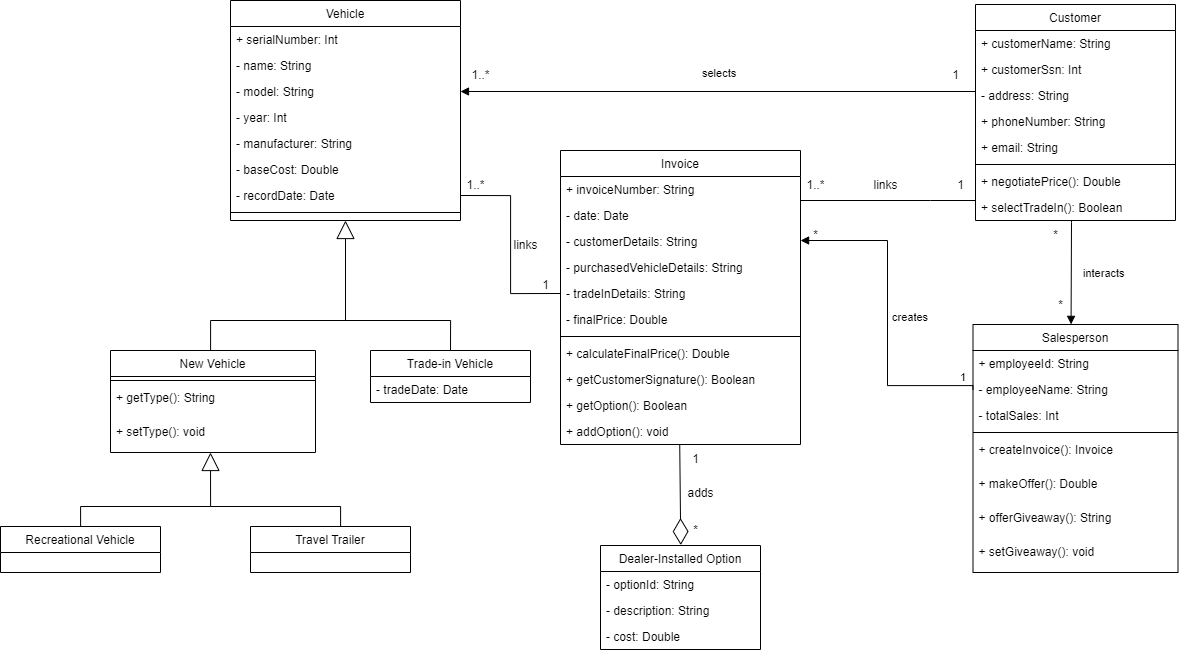
This is holiday_travel_vehicles.drawio.png from LarryChenCode/IS7020_diagrams, a draw.io export, as it was before one commit. Source tidied: cells renumbered, new cells last; positions are measured from the earlier drawing's top-left corner, leaving out a move shared by most shapes.
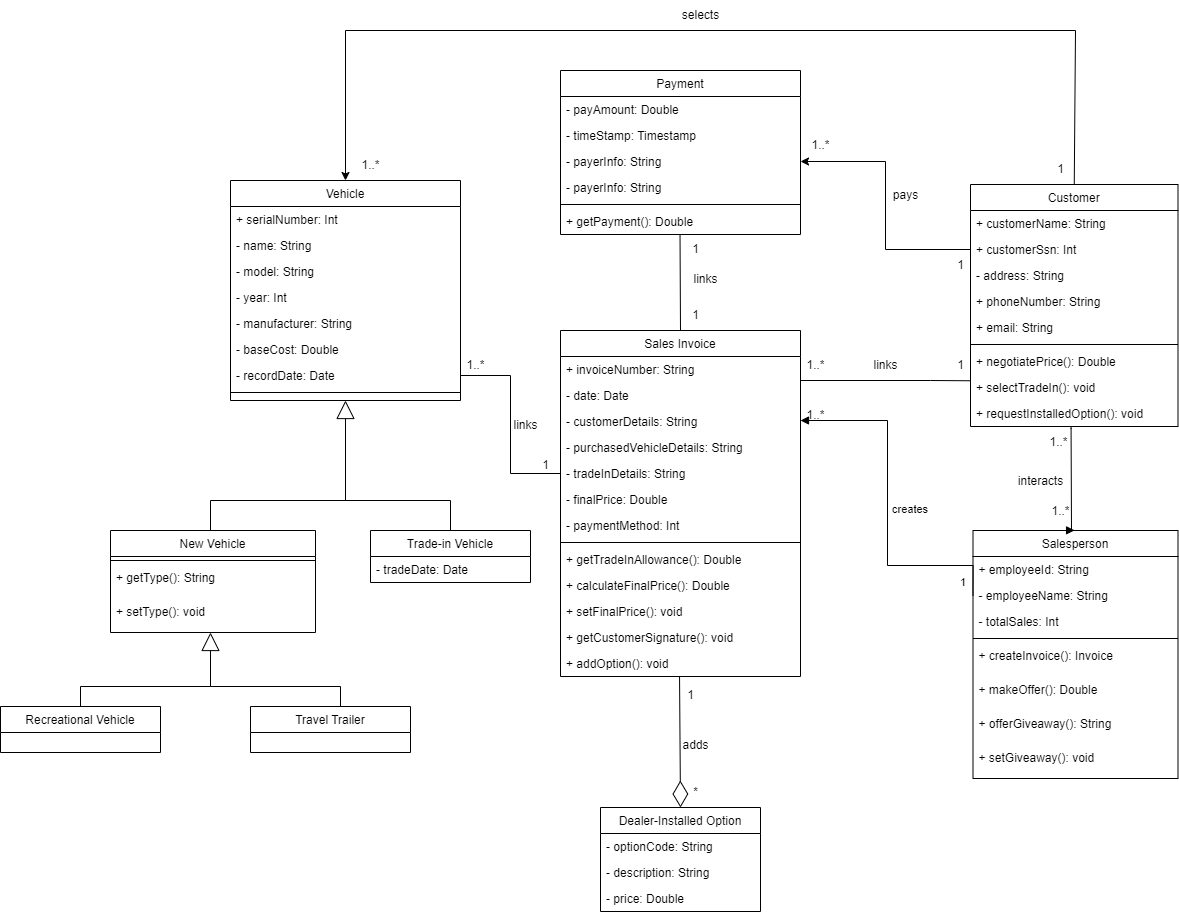
After the commit.

Change to the diagram source:
```diff
@@ -30,7 +30,7 @@
       <mxGeometry y="208" width="230" height="8" as="geometry" />
     </mxCell>
     <mxCell id="11" value="Salesperson" style="swimlane;fontStyle=0;align=center;verticalAlign=top;horizontal=1;startSize=26;rounded=0;shadow=0;strokeWidth=1;" parent="1" vertex="1">
-      <mxGeometry x="972.5" y="324" width="205" height="248" as="geometry" />
+      <mxGeometry x="972.5" y="350" width="205" height="248" as="geometry" />
     </mxCell>
     <mxCell id="12" value="+ employeeId: String" style="text;align=left;verticalAlign=top;spacingLeft=4;spacingRight=4;overflow=hidden;" parent="11" vertex="1">
       <mxGeometry y="26" width="205" height="26" as="geometry" />
@@ -56,8 +56,8 @@
     <mxCell id="19" value="+ setGiveaway(): void" style="text;align=left;verticalAlign=top;spacingLeft=4;spacingRight=4;overflow=hidden;fontStyle=0;" parent="11" vertex="1">
       <mxGeometry y="214" width="205" height="34" as="geometry" />
     </mxCell>
-    <mxCell id="20" value="Invoice" style="swimlane;fontStyle=0;align=center;verticalAlign=top;horizontal=1;startSize=26;rounded=0;shadow=0;strokeWidth=1;" parent="1" vertex="1">
-      <mxGeometry x="560" y="150" width="240" height="294" as="geometry" />
+    <mxCell id="20" value="Sales Invoice" style="swimlane;fontStyle=0;align=center;verticalAlign=top;horizontal=1;startSize=26;rounded=0;shadow=0;strokeWidth=1;" parent="1" vertex="1">
+      <mxGeometry x="560" y="150" width="240" height="346" as="geometry" />
     </mxCell>
     <mxCell id="21" value="+ invoiceNumber: String" style="text;align=left;verticalAlign=top;spacingLeft=4;spacingRight=4;overflow=hidden;" parent="20" vertex="1">
       <mxGeometry y="26" width="240" height="26" as="geometry" />
@@ -77,70 +77,88 @@
     <mxCell id="26" value="- finalPrice: Double" style="text;align=left;verticalAlign=top;spacingLeft=4;spacingRight=4;overflow=hidden;" parent="20" vertex="1">
       <mxGeometry y="156" width="240" height="26" as="geometry" />
     </mxCell>
+    <mxCell id="78" value="- paymentMethod: Int" style="text;align=left;verticalAlign=top;spacingLeft=4;spacingRight=4;overflow=hidden;" parent="20" vertex="1">
+      <mxGeometry y="182" width="240" height="26" as="geometry" />
+    </mxCell>
     <mxCell id="27" style="line;html=1;strokeWidth=1;align=left;verticalAlign=middle;spacingTop=-1;spacingLeft=3;spacingRight=3;labelPosition=right;" parent="20" vertex="1">
-      <mxGeometry y="182" width="240" height="8" as="geometry" />
+      <mxGeometry y="208" width="240" height="8" as="geometry" />
     </mxCell>
+    <mxCell id="79" value="+ getTradeInAllowance(): Double" style="text;align=left;verticalAlign=top;spacingLeft=4;spacingRight=4;overflow=hidden;" parent="20" vertex="1">
+      <mxGeometry y="216" width="240" height="26" as="geometry" />
+    </mxCell>
     <mxCell id="28" value="+ calculateFinalPrice(): Double" style="text;align=left;verticalAlign=top;spacingLeft=4;spacingRight=4;overflow=hidden;" parent="20" vertex="1">
-      <mxGeometry y="190" width="240" height="26" as="geometry" />
+      <mxGeometry y="242" width="240" height="26" as="geometry" />
     </mxCell>
+    <mxCell id="80" value="+ setFinalPrice(): void" style="text;align=left;verticalAlign=top;spacingLeft=4;spacingRight=4;overflow=hidden;" parent="20" vertex="1">
+      <mxGeometry y="268" width="240" height="26" as="geometry" />
+    </mxCell>
-    <mxCell id="29" value="+ getCustomerSignature(): Boolean" style="text;align=left;verticalAlign=top;spacingLeft=4;spacingRight=4;overflow=hidden;" parent="20" vertex="1">
-      <mxGeometry y="216" width="240" height="26" as="geometry" />
+    <mxCell id="29" value="+ getCustomerSignature(): void" style="text;align=left;verticalAlign=top;spacingLeft=4;spacingRight=4;overflow=hidden;" parent="20" vertex="1">
+      <mxGeometry y="294" width="240" height="26" as="geometry" />
     </mxCell>
-    <mxCell id="30" value="+ getOption(): Boolean" style="text;align=left;verticalAlign=top;spacingLeft=4;spacingRight=4;overflow=hidden;" parent="20" vertex="1">
-      <mxGeometry y="242" width="240" height="26" as="geometry" />
-    </mxCell>
     <mxCell id="31" value="+ addOption(): void" style="text;align=left;verticalAlign=top;spacingLeft=4;spacingRight=4;overflow=hidden;points=[[0,0.5],[1,0.5]];portConstraint=eastwest;" parent="20" vertex="1">
-      <mxGeometry y="268" width="240" height="26" as="geometry" />
+      <mxGeometry y="320" width="240" height="26" as="geometry" />
     </mxCell>
+    <mxCell id="81" style="edgeStyle=orthogonalEdgeStyle;rounded=0;jettySize=auto;html=1;entryX=0.5;entryY=0;entryDx=0;entryDy=0;exitX=0.5;exitY=0;exitDx=0;exitDy=0;" parent="1" edge="1" source="32" target="2">
+      <mxGeometry relative="1" as="geometry">
+        <Array as="points">
+          <mxPoint x="1075" y="-150" />
+          <mxPoint x="345" y="-150" />
+        </Array>
+      </mxGeometry>
+    </mxCell>
     <mxCell id="32" value="Customer" style="swimlane;fontStyle=0;align=center;verticalAlign=top;horizontal=1;startSize=26;rounded=0;shadow=0;strokeWidth=1;" parent="1" vertex="1">
-      <mxGeometry x="975" y="4" width="200" height="216" as="geometry" />
+      <mxGeometry x="970" y="4" width="207.5" height="242" as="geometry" />
     </mxCell>
     <mxCell id="33" value="+ customerName: String" style="text;align=left;verticalAlign=top;spacingLeft=4;spacingRight=4;overflow=hidden;" parent="32" vertex="1">
-      <mxGeometry y="26" width="200" height="26" as="geometry" />
+      <mxGeometry y="26" width="207.5" height="26" as="geometry" />
     </mxCell>
     <mxCell id="34" value="+ customerSsn: Int" style="text;align=left;verticalAlign=top;spacingLeft=4;spacingRight=4;overflow=hidden;points=[[0,0.5],[1,0.5]];portConstraint=eastwest;" parent="32" vertex="1">
-      <mxGeometry y="52" width="200" height="26" as="geometry" />
+      <mxGeometry y="52" width="207.5" height="26" as="geometry" />
     </mxCell>
     <mxCell id="35" value="- address: String" style="text;align=left;verticalAlign=top;spacingLeft=4;spacingRight=4;overflow=hidden;rounded=0;shadow=0;html=0;" parent="32" vertex="1">
-      <mxGeometry y="78" width="200" height="26" as="geometry" />
+      <mxGeometry y="78" width="207.5" height="26" as="geometry" />
     </mxCell>
     <mxCell id="36" value="+ phoneNumber: String" style="text;align=left;verticalAlign=top;spacingLeft=4;spacingRight=4;overflow=hidden;rounded=0;shadow=0;html=0;" parent="32" vertex="1">
-      <mxGeometry y="104" width="200" height="26" as="geometry" />
+      <mxGeometry y="104" width="207.5" height="26" as="geometry" />
     </mxCell>
     <mxCell id="37" value="+ email: String" style="text;align=left;verticalAlign=top;spacingLeft=4;spacingRight=4;overflow=hidden;rounded=0;shadow=0;html=0;" parent="32" vertex="1">
-      <mxGeometry y="130" width="200" height="26" as="geometry" />
+      <mxGeometry y="130" width="207.5" height="26" as="geometry" />
     </mxCell>
     <mxCell id="38" style="line;html=1;strokeWidth=1;align=left;verticalAlign=middle;spacingTop=-1;spacingLeft=3;spacingRight=3;labelPosition=right;" parent="32" vertex="1">
-      <mxGeometry y="156" width="200" height="8" as="geometry" />
+      <mxGeometry y="156" width="207.5" height="8" as="geometry" />
     </mxCell>
     <mxCell id="39" value="+ negotiatePrice(): Double" style="text;align=left;verticalAlign=top;spacingLeft=4;spacingRight=4;overflow=hidden;" parent="32" vertex="1">
-      <mxGeometry y="164" width="200" height="26" as="geometry" />
+      <mxGeometry y="164" width="207.5" height="26" as="geometry" />
     </mxCell>
-    <mxCell id="40" value="+ selectTradeIn(): Boolean" style="text;align=left;verticalAlign=top;spacingLeft=4;spacingRight=4;overflow=hidden;" parent="32" vertex="1">
-      <mxGeometry y="190" width="200" height="26" as="geometry" />
+    <mxCell id="40" value="+ selectTradeIn(): void" style="text;align=left;verticalAlign=top;spacingLeft=4;spacingRight=4;overflow=hidden;" parent="32" vertex="1">
+      <mxGeometry y="190" width="207.5" height="26" as="geometry" />
     </mxCell>
+    <mxCell id="82" value="+ requestInstalledOption(): void" style="text;align=left;verticalAlign=top;spacingLeft=4;spacingRight=4;overflow=hidden;points=[[0,0.5],[1,0.5]];portConstraint=eastwest;" parent="32" vertex="1">
+      <mxGeometry y="216" width="207.5" height="26" as="geometry" />
+    </mxCell>
     <mxCell id="41" value="Dealer-Installed Option" style="swimlane;fontStyle=0;align=center;verticalAlign=top;horizontal=1;startSize=26;rounded=0;shadow=0;strokeWidth=1;" parent="1" vertex="1">
-      <mxGeometry x="600" y="545" width="160" height="104" as="geometry" />
+      <mxGeometry x="600" y="627" width="160" height="104" as="geometry" />
     </mxCell>
-    <mxCell id="42" value="- optionId: String" style="text;align=left;verticalAlign=top;spacingLeft=4;spacingRight=4;overflow=hidden;" parent="41" vertex="1">
+    <mxCell id="42" value="- optionCode: String" style="text;align=left;verticalAlign=top;spacingLeft=4;spacingRight=4;overflow=hidden;" parent="41" vertex="1">
       <mxGeometry y="26" width="160" height="26" as="geometry" />
     </mxCell>
     <mxCell id="43" value="- description: String" style="text;align=left;verticalAlign=top;spacingLeft=4;spacingRight=4;overflow=hidden;rounded=0;shadow=0;html=0;" parent="41" vertex="1">
       <mxGeometry y="52" width="160" height="26" as="geometry" />
     </mxCell>
-    <mxCell id="44" value="- cost: Double" style="text;align=left;verticalAlign=top;spacingLeft=4;spacingRight=4;overflow=hidden;" parent="41" vertex="1">
+    <mxCell id="44" value="- price: Double" style="text;align=left;verticalAlign=top;spacingLeft=4;spacingRight=4;overflow=hidden;" parent="41" vertex="1">
       <mxGeometry y="78" width="160" height="26" as="geometry" />
     </mxCell>
-    <mxCell id="45" value="interacts" style="endArrow=block;endFill=1;html=1;edgeStyle=orthogonalEdgeStyle;align=left;verticalAlign=top;rounded=0;entryX=0.852;entryY=1.129;entryDx=0;entryDy=0;entryPerimeter=0;" parent="1" edge="1" target="46">
-      <mxGeometry x="-0.25" y="10" relative="1" as="geometry">
-        <mxPoint x="1071" y="220" as="sourcePoint" />
+    <mxCell id="45" style="endArrow=block;endFill=1;html=1;edgeStyle=orthogonalEdgeStyle;align=left;verticalAlign=top;rounded=0;entryX=0.852;entryY=1.129;entryDx=0;entryDy=0;entryPerimeter=0;exitX=0.485;exitY=1.007;exitDx=0;exitDy=0;exitPerimeter=0;" parent="1" edge="1" source="82" target="46">
+      <mxGeometry x="-0.23" y="-41" relative="1" as="geometry">
         <Array as="points">
-          <mxPoint x="1071" y="222" />
+          <mxPoint x="1071" y="248" />
+          <mxPoint x="1071" y="248" />
+          <mxPoint x="1071" y="350" />
         </Array>
       </mxGeometry>
     </mxCell>
-    <mxCell id="46" value="*" style="text;html=1;align=center;verticalAlign=middle;points=[];strokeColor=none;fillColor=none;" parent="1" vertex="1">
-      <mxGeometry x="1045" y="290" width="30" height="30" as="geometry" />
+    <mxCell id="46" value="1..*" style="text;html=1;align=center;verticalAlign=middle;points=[];strokeColor=none;fillColor=none;" parent="1" vertex="1">
+      <mxGeometry x="1040" y="316" width="40" height="30" as="geometry" />
     </mxCell>
     <mxCell id="47" value="creates" style="endArrow=block;endFill=1;html=1;edgeStyle=orthogonalEdgeStyle;align=left;verticalAlign=top;rounded=0;exitX=0;exitY=0.5;exitDx=0;exitDy=0;entryX=1;entryY=0.5;entryDx=0;entryDy=0;" parent="1" edge="1" source="13" target="23">
       <mxGeometry x="0.06" y="-3" relative="1" as="geometry">
@@ -156,8 +174,8 @@
         <mxPoint x="-15" y="-5" as="offset" />
       </mxGeometry>
     </mxCell>
-    <mxCell id="49" value="*" style="text;html=1;align=center;verticalAlign=middle;strokeColor=none;fillColor=none;" parent="1" vertex="1">
-      <mxGeometry x="800" y="220" width="30" height="30" as="geometry" />
+    <mxCell id="49" value="1..*" style="text;html=1;align=center;verticalAlign=middle;strokeColor=none;fillColor=none;" parent="1" vertex="1">
+      <mxGeometry x="795" y="220" width="40" height="30" as="geometry" />
     </mxCell>
     <mxCell id="50" style="endArrow=block;endSize=16;endFill=0;html=1;rounded=0;entryX=0.5;entryY=1;entryDx=0;entryDy=0;exitX=0.5;exitY=0;exitDx=0;exitDy=0;edgeStyle=orthogonalEdgeStyle;" parent="1" edge="1" source="51" target="2">
       <mxGeometry relative="1" as="geometry">
@@ -182,19 +200,8 @@
         </Array>
       </mxGeometry>
     </mxCell>
-    <mxCell id="54" value="selects" style="endArrow=block;endFill=1;html=1;edgeStyle=orthogonalEdgeStyle;align=left;verticalAlign=top;rounded=0;entryX=1;entryY=0.5;entryDx=0;entryDy=0;" parent="1" edge="1" target="5">
-      <mxGeometry x="0.07" y="-31" relative="1" as="geometry">
-        <mxPoint x="975" y="91" as="sourcePoint" />
-        <Array as="points">
-          <mxPoint x="975" y="91" />
-        </Array>
-      </mxGeometry>
-    </mxCell>
-    <mxCell id="55" value="1..*" style="text;html=1;align=center;verticalAlign=middle;strokeColor=none;fillColor=none;" parent="1" vertex="1">
-      <mxGeometry x="460" y="60" width="40" height="30" as="geometry" />
-    </mxCell>
     <mxCell id="56" value="1" style="text;html=1;align=center;verticalAlign=middle;strokeColor=none;fillColor=none;" parent="1" vertex="1">
-      <mxGeometry x="940" y="60" width="30" height="30" as="geometry" />
+      <mxGeometry x="1045" y="-26" width="30" height="30" as="geometry" />
     </mxCell>
     <mxCell id="57" value="links" style="text;html=1;align=center;verticalAlign=middle;strokeColor=none;fillColor=none;" parent="1" vertex="1">
       <mxGeometry x="500" y="230" width="50" height="30" as="geometry" />
@@ -241,30 +248,25 @@
         </Array>
       </mxGeometry>
     </mxCell>
-    <mxCell id="68" style="endArrow=diamondThin;endFill=0;endSize=24;html=1;rounded=0;entryX=0.5;entryY=0;entryDx=0;entryDy=0;exitX=0.454;exitY=0.995;exitDx=0;exitDy=0;exitPerimeter=0;" parent="1" edge="1">
-      <mxGeometry relative="1" as="geometry">
-        <mxPoint x="679.2" y="444.4" as="sourcePoint" />
-        <mxPoint x="680.3" y="544.5" as="targetPoint" />
-      </mxGeometry>
+    <mxCell id="68" style="endArrow=diamondThin;endFill=0;endSize=24;html=1;rounded=0;entryX=0.5;entryY=0;entryDx=0;entryDy=0;exitX=0.496;exitY=1.006;exitDx=0;exitDy=0;exitPerimeter=0;" parent="1" edge="1" source="31" target="41">
+      <mxGeometry relative="1" as="geometry" />
     </mxCell>
-    <mxCell id="69" value="*" style="text;html=1;align=center;verticalAlign=middle;strokeColor=none;fillColor=none;" parent="1" vertex="1">
-      <mxGeometry x="1040" y="220" width="30" height="30" as="geometry" />
+    <mxCell id="69" value="1..*" style="text;html=1;align=center;verticalAlign=middle;strokeColor=none;fillColor=none;" parent="1" vertex="1">
+      <mxGeometry x="1038" y="247" width="40" height="30" as="geometry" />
     </mxCell>
     <mxCell id="70" value="1" style="text;html=1;align=center;verticalAlign=middle;strokeColor=none;fillColor=none;" parent="1" vertex="1">
-      <mxGeometry x="680" y="444" width="30" height="30" as="geometry" />
+      <mxGeometry x="675" y="500" width="30" height="30" as="geometry" />
     </mxCell>
     <mxCell id="71" value="*" style="text;html=1;align=center;verticalAlign=middle;strokeColor=none;fillColor=none;" parent="1" vertex="1">
-      <mxGeometry x="680" y="515" width="30" height="30" as="geometry" />
+      <mxGeometry x="680" y="597" width="30" height="30" as="geometry" />
     </mxCell>
     <mxCell id="72" value="adds" style="text;html=1;align=center;verticalAlign=middle;strokeColor=none;fillColor=none;" parent="1" vertex="1">
-      <mxGeometry x="675" y="478" width="50" height="30" as="geometry" />
+      <mxGeometry x="670" y="550" width="50" height="30" as="geometry" />
     </mxCell>
-    <mxCell id="73" style="endArrow=none;html=1;edgeStyle=orthogonalEdgeStyle;rounded=0;" parent="1" edge="1">
+    <mxCell id="73" style="endArrow=none;html=1;edgeStyle=orthogonalEdgeStyle;rounded=0;entryX=0.809;entryY=1.009;entryDx=0;entryDy=0;entryPerimeter=0;" parent="1" edge="1" target="75">
       <mxGeometry relative="1" as="geometry">
         <mxPoint x="800" y="200" as="sourcePoint" />
-        <mxPoint x="975" y="200" as="targetPoint" />
         <Array as="points">
-          <mxPoint x="930" y="200" />
           <mxPoint x="930" y="200" />
         </Array>
       </mxGeometry>
@@ -281,5 +283,63 @@
     <mxCell id="77" style="endArrow=none;html=1;edgeStyle=orthogonalEdgeStyle;rounded=0;exitX=1;exitY=0.5;exitDx=0;exitDy=0;entryX=0;entryY=0.5;entryDx=0;entryDy=0;" parent="1" edge="1" source="9" target="25">
       <mxGeometry relative="1" as="geometry" />
     </mxCell>
+    <mxCell id="83" value="Payment" style="swimlane;fontStyle=0;align=center;verticalAlign=top;horizontal=1;startSize=26;rounded=0;shadow=0;strokeWidth=1;" parent="1" vertex="1">
+      <mxGeometry x="560" y="-110" width="240" height="164" as="geometry" />
+    </mxCell>
+    <mxCell id="84" value="- payAmount: Double" style="text;align=left;verticalAlign=top;spacingLeft=4;spacingRight=4;overflow=hidden;" parent="83" vertex="1">
+      <mxGeometry y="26" width="240" height="26" as="geometry" />
+    </mxCell>
+    <mxCell id="85" value="- timeStamp: Timestamp" style="text;align=left;verticalAlign=top;spacingLeft=4;spacingRight=4;overflow=hidden;" parent="83" vertex="1">
+      <mxGeometry y="52" width="240" height="26" as="geometry" />
+    </mxCell>
+    <mxCell id="86" value="- payerInfo: String" style="text;align=left;verticalAlign=top;spacingLeft=4;spacingRight=4;overflow=hidden;points=[[0,0.5],[1,0.5]];portConstraint=eastwest;" parent="83" vertex="1">
+      <mxGeometry y="78" width="240" height="26" as="geometry" />
+    </mxCell>
+    <mxCell id="87" value="- payerInfo: String" style="text;align=left;verticalAlign=top;spacingLeft=4;spacingRight=4;overflow=hidden;" parent="83" vertex="1">
+      <mxGeometry y="104" width="240" height="26" as="geometry" />
+    </mxCell>
+    <mxCell id="88" style="line;html=1;strokeWidth=1;align=left;verticalAlign=middle;spacingTop=-1;spacingLeft=3;spacingRight=3;labelPosition=right;" parent="83" vertex="1">
+      <mxGeometry y="130" width="240" height="8" as="geometry" />
+    </mxCell>
+    <mxCell id="89" value="+ getPayment(): Double" style="text;align=left;verticalAlign=top;spacingLeft=4;spacingRight=4;overflow=hidden;points=[[0,0.5],[1,0.5]];portConstraint=eastwest;" parent="83" vertex="1">
+      <mxGeometry y="138" width="240" height="26" as="geometry" />
+    </mxCell>
+    <mxCell id="55" value="1..*" style="text;html=1;align=center;verticalAlign=middle;strokeColor=none;fillColor=none;" parent="1" vertex="1">
+      <mxGeometry x="350" y="-30" width="40" height="30" as="geometry" />
+    </mxCell>
+    <mxCell id="54" value="selects" style="text;html=1;align=center;verticalAlign=middle;strokeColor=none;fillColor=none;" parent="1" vertex="1">
+      <mxGeometry x="670" y="-180" width="60" height="30" as="geometry" />
+    </mxCell>
+    <mxCell id="90" value="1" style="text;html=1;align=center;verticalAlign=middle;strokeColor=none;fillColor=none;" parent="1" vertex="1">
+      <mxGeometry x="680" y="120" width="30" height="30" as="geometry" />
+    </mxCell>
+    <mxCell id="91" value="1" style="text;html=1;align=center;verticalAlign=middle;strokeColor=none;fillColor=none;" parent="1" vertex="1">
+      <mxGeometry x="680" y="54" width="30" height="30" as="geometry" />
+    </mxCell>
+    <mxCell id="92" value="links" style="text;html=1;align=center;verticalAlign=middle;strokeColor=none;fillColor=none;" parent="1" vertex="1">
+      <mxGeometry x="680" y="84" width="50" height="30" as="geometry" />
+    </mxCell>
+    <mxCell id="93" style="endArrow=none;html=1;edgeStyle=orthogonalEdgeStyle;rounded=0;entryX=0.5;entryY=0;entryDx=0;entryDy=0;exitX=0.498;exitY=1.003;exitDx=0;exitDy=0;exitPerimeter=0;" parent="1" edge="1" source="89" target="20">
+      <mxGeometry relative="1" as="geometry">
+        <Array as="points">
+          <mxPoint x="680" y="54" />
+        </Array>
+      </mxGeometry>
+    </mxCell>
+    <mxCell id="94" style="edgeStyle=orthogonalEdgeStyle;rounded=0;jettySize=auto;html=1;exitX=0;exitY=0.5;exitDx=0;exitDy=0;entryX=1;entryY=0.5;entryDx=0;entryDy=0;" parent="1" edge="1" source="34" target="86">
+      <mxGeometry relative="1" as="geometry" />
+    </mxCell>
+    <mxCell id="95" value="pays" style="text;html=1;align=center;verticalAlign=middle;strokeColor=none;fillColor=none;" parent="1" vertex="1">
+      <mxGeometry x="880" width="50" height="30" as="geometry" />
+    </mxCell>
+    <mxCell id="96" value="1" style="text;html=1;align=center;verticalAlign=middle;strokeColor=none;fillColor=none;" parent="1" vertex="1">
+      <mxGeometry x="945" y="70" width="30" height="30" as="geometry" />
+    </mxCell>
+    <mxCell id="97" value="1..*" style="text;html=1;align=center;verticalAlign=middle;strokeColor=none;fillColor=none;" parent="1" vertex="1">
+      <mxGeometry x="800" y="-50" width="40" height="30" as="geometry" />
+    </mxCell>
+    <mxCell id="98" value="interacts" style="text;html=1;align=center;verticalAlign=middle;strokeColor=none;fillColor=none;" parent="1" vertex="1">
+      <mxGeometry x="1005" y="286" width="70" height="30" as="geometry" />
+    </mxCell>
   </root>
 </mxGraphModel>
```
